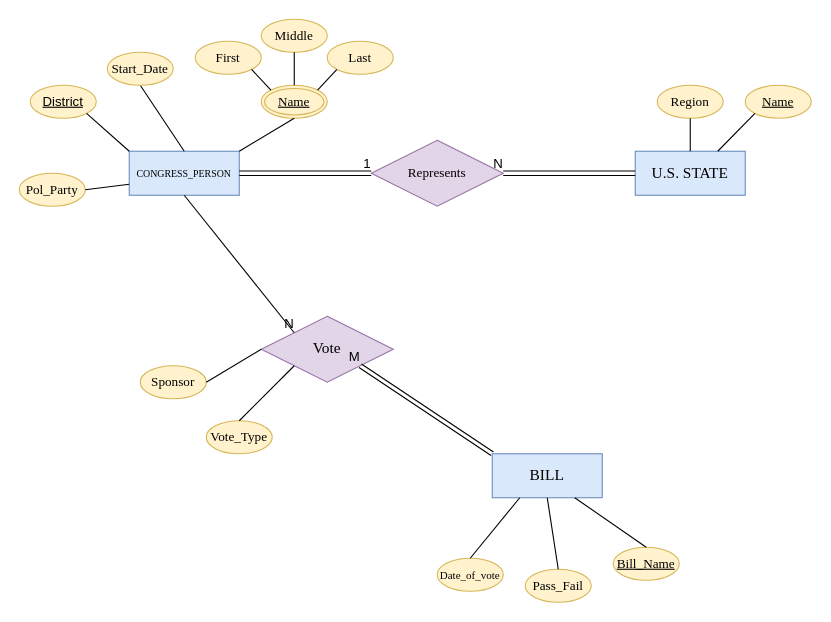
Above: US_HouseofReps_ER.drawio in cameron-ellis/US-HouseofReps-ER (draw.io), before the change. Source tidied: cells renumbered, new cells numbered last; positions are measured from the earlier drawing's top-left corner, leaving out a move shared by most shapes. Both pictures are drawn from the tidied source at 110%, with x=0, y=0 at pixel (19, 19).
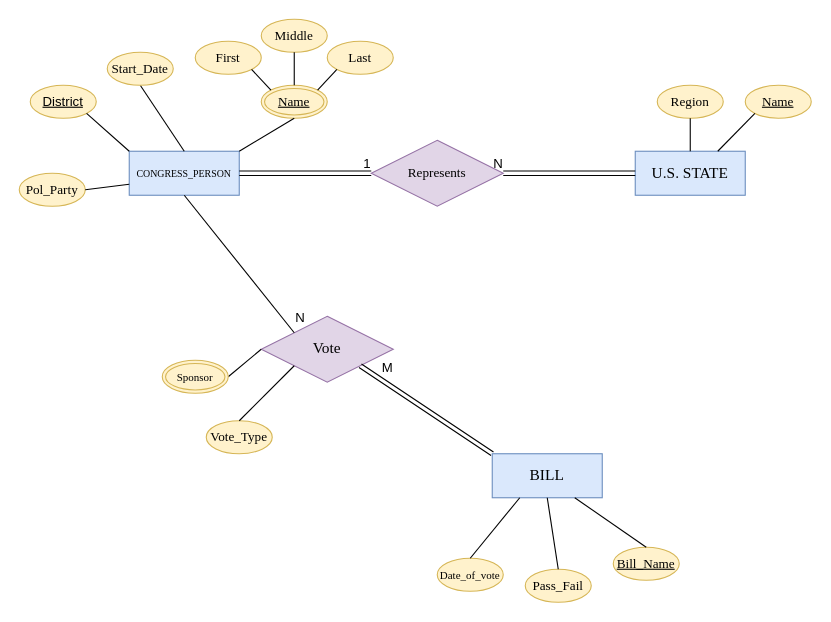
After the change.

Commit message:
changed Sponsor attr. to multivalue

The change refers to these unchanged cells:
```xml
<mxCell id="39" style="shape=link;html=1;rounded=0;fontFamily=Times New Roman;fontSize=10;exitX=0;exitY=0;exitDx=0;exitDy=0;entryX=1;entryY=1;entryDx=0;entryDy=0;" parent="1" edge="1" source="27" target="32">
  <mxGeometry relative="1" as="geometry" />
</mxCell>
<mxCell id="41" style="endArrow=none;html=1;rounded=0;fontFamily=Times New Roman;fontSize=10;entryX=0;entryY=0;entryDx=0;entryDy=0;exitX=0.5;exitY=1;exitDx=0;exitDy=0;" parent="1" edge="1" source="7" target="32">
  <mxGeometry relative="1" as="geometry" />
</mxCell>
```

Change to the diagram source:
```diff
@@
-    <mxCell id="31" value="Sponsor" style="ellipse;whiteSpace=wrap;html=1;align=center;fontFamily=Times New Roman;fontSize=12;fillColor=#fff2cc;strokeColor=#d6b656;" parent="1" vertex="1">
-      <mxGeometry x="110" y="315" width="60" height="30" as="geometry" />
-    </mxCell>
@@
     <mxCell id="40" value="M" style="html=1;align=right;verticalAlign=bottom;" parent="39" vertex="1">
-      <mxGeometry x="1" relative="1" as="geometry" />
+      <mxGeometry x="1" relative="1" as="geometry">
+        <mxPoint x="29.8" y="9.9" as="offset" />
+      </mxGeometry>
     </mxCell>
@@
     <mxCell id="42" value="N" style="html=1;align=right;verticalAlign=bottom;" parent="41" vertex="1">
-      <mxGeometry x="1" relative="1" as="geometry" />
+      <mxGeometry x="1" relative="1" as="geometry">
+        <mxPoint x="10.1" y="-4.9" as="offset" />
+      </mxGeometry>
     </mxCell>
+    <mxCell id="31" value="Sponsor" style="ellipse;shape=doubleEllipse;margin=3;whiteSpace=wrap;html=1;align=center;fontFamily=Times New Roman;fontSize=10;fillColor=#fff2cc;strokeColor=#d6b656;" parent="1" vertex="1">
+      <mxGeometry x="130" y="310" width="60" height="30" as="geometry" />
+    </mxCell>
```
